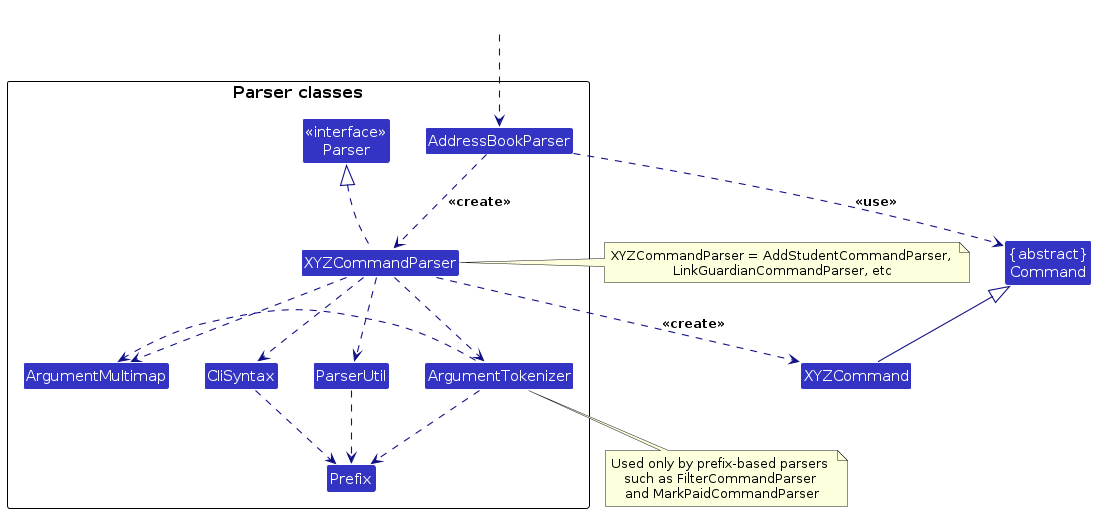
The PlantUML diagram diagrams/ParserClasses.png in AY2627S1-CS2103T-T15-3/tp, before a commit. Its source is kept beside it as diagrams/ParserClasses.puml.
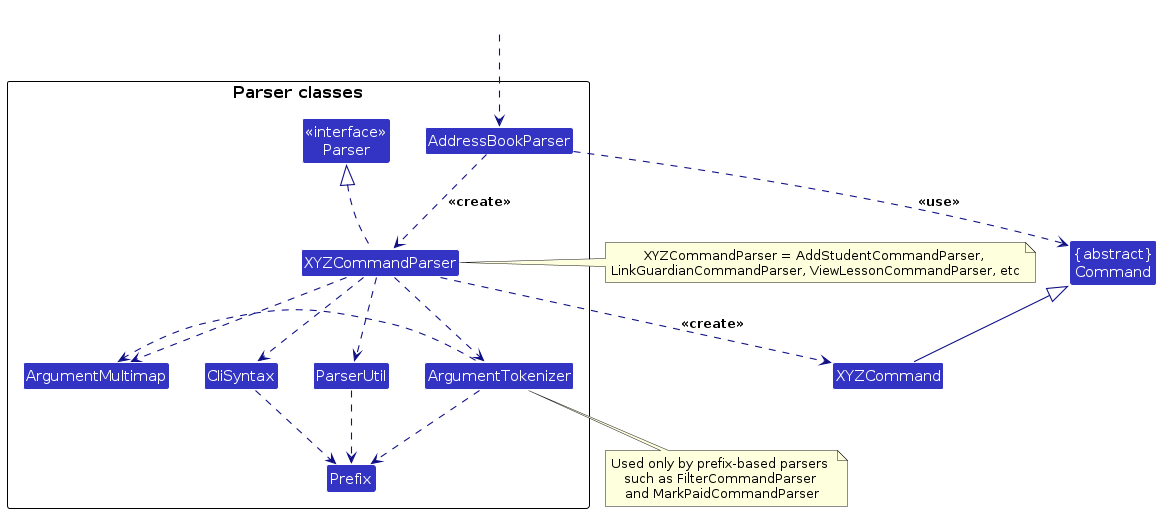
After the change.

The edit, as a diff of the source:
```diff
@@ -36,6 +36,6 @@
 ArgumentTokenizer .down.> Prefix
 XYZCommand -up-|> Command
 
-note right of XYZCommandParser: XYZCommandParser = AddStudentCommandParser, \nLinkGuardianCommandParser, etc
+note right of XYZCommandParser: XYZCommandParser = AddStudentCommandParser, \nLinkGuardianCommandParser, ViewLessonCommandParser, etc
 note bottom of ArgumentTokenizer: Used only by prefix-based parsers \nsuch as FilterCommandParser \nand MarkPaidCommandParser
 @enduml
```
